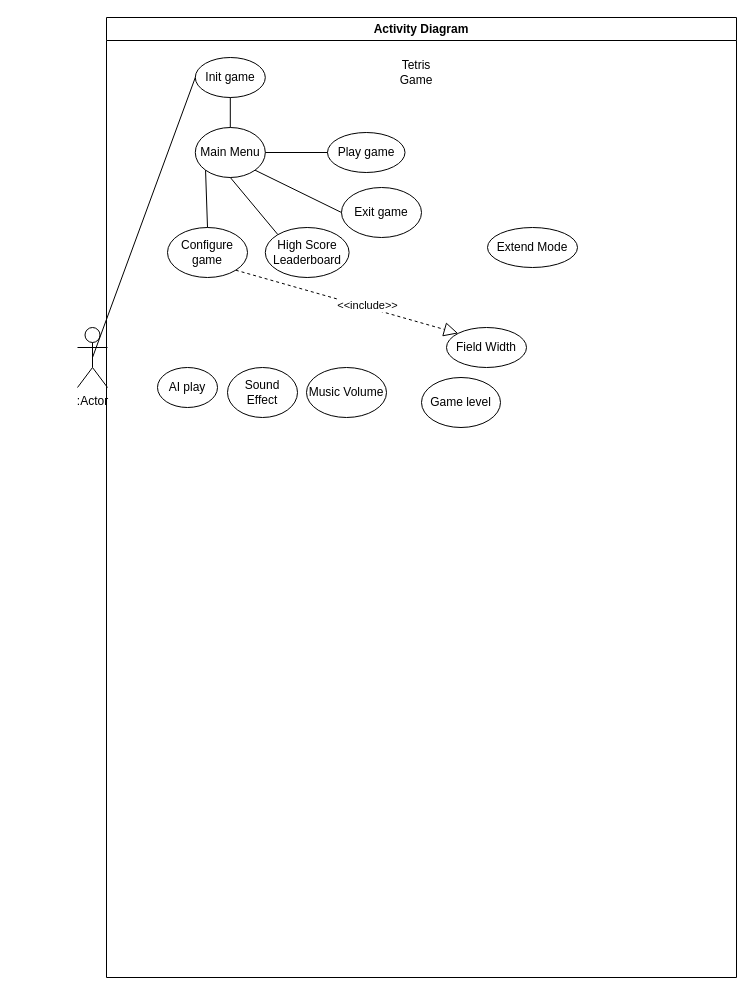
The draw.io diagram page "Activity Diagram" (2 of 3) of 2805ICT-3815ICT-7805ICT-Milestone1.drawio in JM061/2805ICT-3815ICT-7805ICT-Assignment-1, before the edit. Source tidied: cells renumbered, new cells numbered last; positions are measured from the earlier drawing's top-left corner, leaving out a move shared by most shapes. Both pictures are drawn from the tidied source at 100%, with x=0, y=0 at pixel (77, 17).
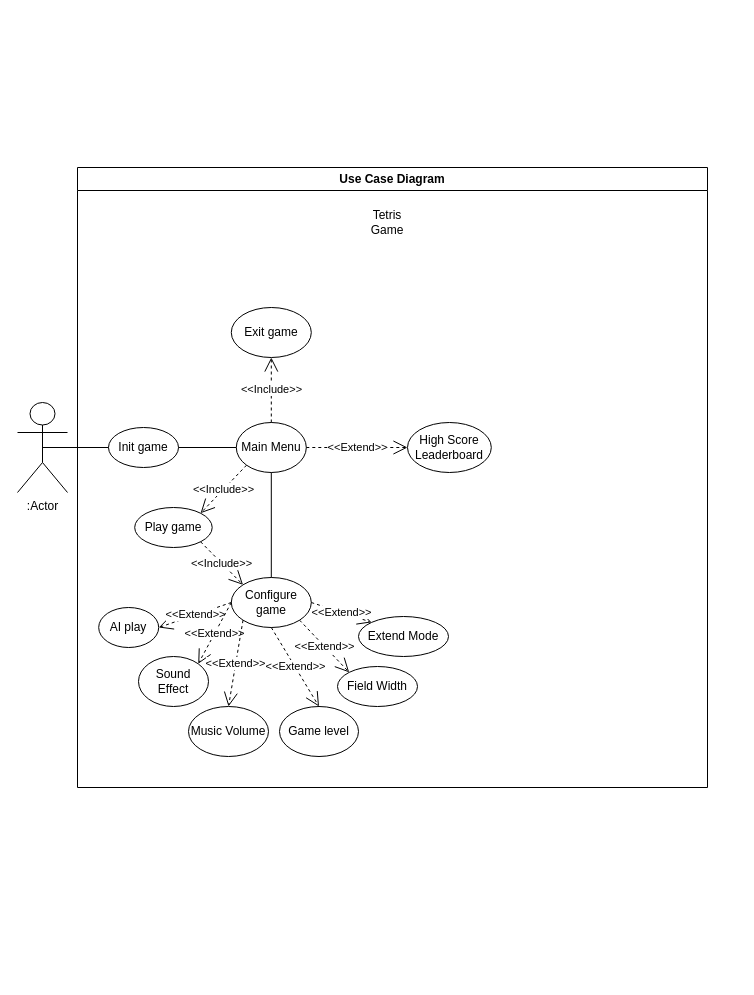
The same page after the edit.

Change to the diagram source:
```diff
@@
-    <mxCell id="2" value="Activity Diagram" style="swimlane;whiteSpace=wrap;html=1;startSize=23;" parent="1" vertex="1">
-      <mxGeometry x="29" width="630" height="960" as="geometry" />
+    <mxCell id="2" value="Use Case Diagram" style="swimlane;whiteSpace=wrap;html=1;startSize=23;" parent="1" vertex="1">
+      <mxGeometry y="150" width="630" height="620" as="geometry" />
     </mxCell>
     <mxCell id="3" value="Init game" style="ellipse;whiteSpace=wrap;html=1;" parent="2" vertex="1">
-      <mxGeometry x="88.8" y="40" width="70" height="40" as="geometry" />
+      <mxGeometry x="31" y="260" width="70" height="40" as="geometry" />
     </mxCell>
@@
     <mxCell id="5" value="Play game" style="ellipse;whiteSpace=wrap;html=1;" parent="2" vertex="1">
-      <mxGeometry x="221" y="115" width="77.5" height="40" as="geometry" />
+      <mxGeometry x="57.2" y="340" width="77.5" height="40" as="geometry" />
     </mxCell>
     <mxCell id="6" value="Configure game" style="ellipse;whiteSpace=wrap;html=1;" parent="2" vertex="1">
-      <mxGeometry x="61" y="210" width="80" height="50" as="geometry" />
+      <mxGeometry x="153.8" y="410" width="80" height="50" as="geometry" />
     </mxCell>
     <mxCell id="7" value="High Score Leaderboard" style="ellipse;whiteSpace=wrap;html=1;" parent="2" vertex="1">
-      <mxGeometry x="158.8" y="210" width="83.8" height="50" as="geometry" />
+      <mxGeometry x="330" y="255" width="83.8" height="50" as="geometry" />
     </mxCell>
     <mxCell id="8" value="Main Menu" style="ellipse;whiteSpace=wrap;html=1;" parent="2" vertex="1">
-      <mxGeometry x="88.8" y="110" width="70" height="50" as="geometry" />
+      <mxGeometry x="158.8" y="255" width="70" height="50" as="geometry" />
     </mxCell>
     <mxCell id="9" value="Exit game" style="ellipse;whiteSpace=wrap;html=1;" parent="2" vertex="1">
-      <mxGeometry x="235" y="170" width="80" height="50" as="geometry" />
+      <mxGeometry x="153.8" y="140" width="80" height="50" as="geometry" />
     </mxCell>
-    <mxCell id="10" style="endArrow=none;html=1;rounded=0;exitX=0.5;exitY=0;exitDx=0;exitDy=0;entryX=0;entryY=1;entryDx=0;entryDy=0;" parent="2" edge="1" source="6" target="8">
+    <mxCell id="10" style="endArrow=none;html=1;rounded=0;exitX=0.5;exitY=0;exitDx=0;exitDy=0;entryX=0.5;entryY=1;entryDx=0;entryDy=0;" parent="2" edge="1" source="6" target="8">
       <mxGeometry relative="1" as="geometry" />
     </mxCell>
-    <mxCell id="11" style="endArrow=none;html=1;rounded=0;exitX=1;exitY=0.5;exitDx=0;exitDy=0;entryX=0;entryY=0.5;entryDx=0;entryDy=0;" parent="2" edge="1" source="8" target="5">
-      <mxGeometry relative="1" as="geometry" />
-    </mxCell>
-    <mxCell id="12" style="endArrow=none;html=1;rounded=0;exitX=0.5;exitY=1;exitDx=0;exitDy=0;entryX=0;entryY=0;entryDx=0;entryDy=0;" parent="2" edge="1" source="8" target="7">
-      <mxGeometry relative="1" as="geometry" />
-    </mxCell>
-    <mxCell id="13" style="endArrow=none;html=1;rounded=0;exitX=1;exitY=1;exitDx=0;exitDy=0;entryX=0;entryY=0.5;entryDx=0;entryDy=0;" parent="2" edge="1" source="8" target="9">
-      <mxGeometry relative="1" as="geometry" />
-    </mxCell>
-    <mxCell id="14" style="endArrow=none;html=1;rounded=0;exitX=0.5;exitY=1;exitDx=0;exitDy=0;entryX=0.5;entryY=0;entryDx=0;entryDy=0;" parent="2" edge="1" source="3" target="8">
+    <mxCell id="14" style="endArrow=none;html=1;rounded=0;exitX=1;exitY=0.5;exitDx=0;exitDy=0;entryX=0;entryY=0.5;entryDx=0;entryDy=0;" parent="2" edge="1" source="3" target="8">
       <mxGeometry relative="1" as="geometry" />
     </mxCell>
     <mxCell id="15" value="AI play" style="ellipse;whiteSpace=wrap;html=1;" parent="2" vertex="1">
-      <mxGeometry x="51" y="350" width="60" height="40" as="geometry" />
+      <mxGeometry x="21.2" y="440" width="60" height="40" as="geometry" />
     </mxCell>
     <mxCell id="16" value="Sound Effect" style="ellipse;whiteSpace=wrap;html=1;" parent="2" vertex="1">
-      <mxGeometry x="121" y="350" width="70" height="50" as="geometry" />
+      <mxGeometry x="61" y="489" width="70" height="50" as="geometry" />
     </mxCell>
     <mxCell id="17" value="Music Volume" style="ellipse;whiteSpace=wrap;html=1;" parent="2" vertex="1">
-      <mxGeometry x="200" y="350" width="80" height="50" as="geometry" />
+      <mxGeometry x="111" y="539" width="80" height="50" as="geometry" />
     </mxCell>
     <mxCell id="18" value="Game level" style="ellipse;whiteSpace=wrap;html=1;" parent="2" vertex="1">
-      <mxGeometry x="315" y="360" width="79" height="50" as="geometry" />
+      <mxGeometry x="202" y="539" width="79" height="50" as="geometry" />
     </mxCell>
     <mxCell id="19" value="Field Width" style="ellipse;whiteSpace=wrap;html=1;" parent="2" vertex="1">
-      <mxGeometry x="340" y="310" width="80" height="40" as="geometry" />
+      <mxGeometry x="260" y="499" width="80" height="40" as="geometry" />
     </mxCell>
     <mxCell id="20" value="Extend Mode" style="ellipse;whiteSpace=wrap;html=1;" parent="2" vertex="1">
-      <mxGeometry x="381" y="210" width="90" height="40" as="geometry" />
+      <mxGeometry x="281" y="449" width="90" height="40" as="geometry" />
     </mxCell>
+    <mxCell id="25" value="&amp;lt;&amp;lt;Extend&amp;gt;&amp;gt;" style="endArrow=open;endSize=12;dashed=1;html=1;rounded=0;exitX=0;exitY=0.5;exitDx=0;exitDy=0;entryX=1;entryY=0.5;entryDx=0;entryDy=0;" parent="2" edge="1" source="6" target="15">
+      <mxGeometry relative="1" as="geometry" />
+    </mxCell>
+    <mxCell id="26" value="&amp;lt;&amp;lt;Extend&amp;gt;&amp;gt;" style="endArrow=open;endSize=12;dashed=1;html=1;rounded=0;entryX=1;entryY=0;entryDx=0;entryDy=0;exitX=0;exitY=0.5;exitDx=0;exitDy=0;" parent="2" edge="1" source="6" target="16">
+      <mxGeometry relative="1" as="geometry" />
+    </mxCell>
+    <mxCell id="27" value="&amp;lt;&amp;lt;Extend&amp;gt;&amp;gt;" style="endArrow=open;endSize=12;dashed=1;html=1;rounded=0;entryX=0.5;entryY=0;entryDx=0;entryDy=0;exitX=0;exitY=1;exitDx=0;exitDy=0;" parent="2" edge="1" source="6" target="17">
+      <mxGeometry relative="1" as="geometry" />
+    </mxCell>
+    <mxCell id="28" value="&amp;lt;&amp;lt;Extend&amp;gt;&amp;gt;" style="endArrow=open;endSize=12;dashed=1;html=1;rounded=0;entryX=0.5;entryY=0;entryDx=0;entryDy=0;exitX=0.5;exitY=1;exitDx=0;exitDy=0;" parent="2" edge="1" source="6" target="18">
+      <mxGeometry relative="1" as="geometry" />
+    </mxCell>
-    <mxCell id="21" style="endArrow=block;dashed=1;endFill=0;endSize=12;html=1;rounded=0;exitX=1;exitY=1;exitDx=0;exitDy=0;entryX=0;entryY=0;entryDx=0;entryDy=0;" parent="2" edge="1" source="6" target="19">
+    <mxCell id="21" value="&amp;lt;&amp;lt;Extend&amp;gt;&amp;gt;" style="endArrow=open;endSize=12;dashed=1;html=1;rounded=0;exitX=1;exitY=1;exitDx=0;exitDy=0;entryX=0;entryY=0;entryDx=0;entryDy=0;" parent="2" edge="1" source="6" target="19">
       <mxGeometry relative="1" as="geometry" />
     </mxCell>
-    <mxCell id="22" value="&amp;lt;&amp;lt;include&amp;gt;&amp;gt;" style="edgeLabel;html=1;align=center;verticalAlign=middle;" parent="21" vertex="1">
-      <mxGeometry x="0.18" y="2" relative="1" as="geometry" />
-    </mxCell>
+    <mxCell id="29" value="&amp;lt;&amp;lt;Extend&amp;gt;&amp;gt;" style="endArrow=open;endSize=12;dashed=1;html=1;rounded=0;exitX=1;exitY=0.5;exitDx=0;exitDy=0;entryX=0;entryY=0;entryDx=0;entryDy=0;" parent="2" edge="1" source="6" target="20">
+      <mxGeometry relative="1" as="geometry" />
+    </mxCell>
+    <mxCell id="30" value="&amp;lt;&amp;lt;Include&amp;gt;&amp;gt;" style="endArrow=open;endSize=12;dashed=1;html=1;rounded=0;exitX=1;exitY=1;exitDx=0;exitDy=0;entryX=0;entryY=0;entryDx=0;entryDy=0;" parent="2" edge="1" source="5" target="6">
+      <mxGeometry relative="1" as="geometry" />
+    </mxCell>
+    <mxCell id="13" value="&amp;lt;&amp;lt;Include&amp;gt;&amp;gt;" style="endArrow=open;endSize=12;dashed=1;html=1;rounded=0;exitX=0.5;exitY=0;exitDx=0;exitDy=0;entryX=0.5;entryY=1;entryDx=0;entryDy=0;" parent="2" edge="1" source="8" target="9">
+      <mxGeometry relative="1" as="geometry" />
+    </mxCell>
+    <mxCell id="11" value="&amp;lt;&amp;lt;Include&amp;gt;&amp;gt;" style="endArrow=open;endSize=12;dashed=1;html=1;rounded=0;exitX=0;exitY=1;exitDx=0;exitDy=0;entryX=1;entryY=0;entryDx=0;entryDy=0;" parent="2" edge="1" source="8" target="5">
+      <mxGeometry relative="1" as="geometry" />
+    </mxCell>
+    <mxCell id="12" value="&amp;lt;&amp;lt;Extend&amp;gt;&amp;gt;" style="endArrow=open;endSize=12;dashed=1;html=1;rounded=0;exitX=1;exitY=0.5;exitDx=0;exitDy=0;entryX=0;entryY=0.5;entryDx=0;entryDy=0;" parent="2" edge="1" source="8" target="7">
+      <mxGeometry relative="1" as="geometry" />
+    </mxCell>
     <mxCell id="23" value=":Actor" style="shape=umlActor;verticalLabelPosition=bottom;verticalAlign=top;html=1;outlineConnect=0;" parent="1" vertex="1">
-      <mxGeometry y="310" width="30" height="60" as="geometry" />
+      <mxGeometry x="-60" y="385" width="50" height="90" as="geometry" />
     </mxCell>
```
